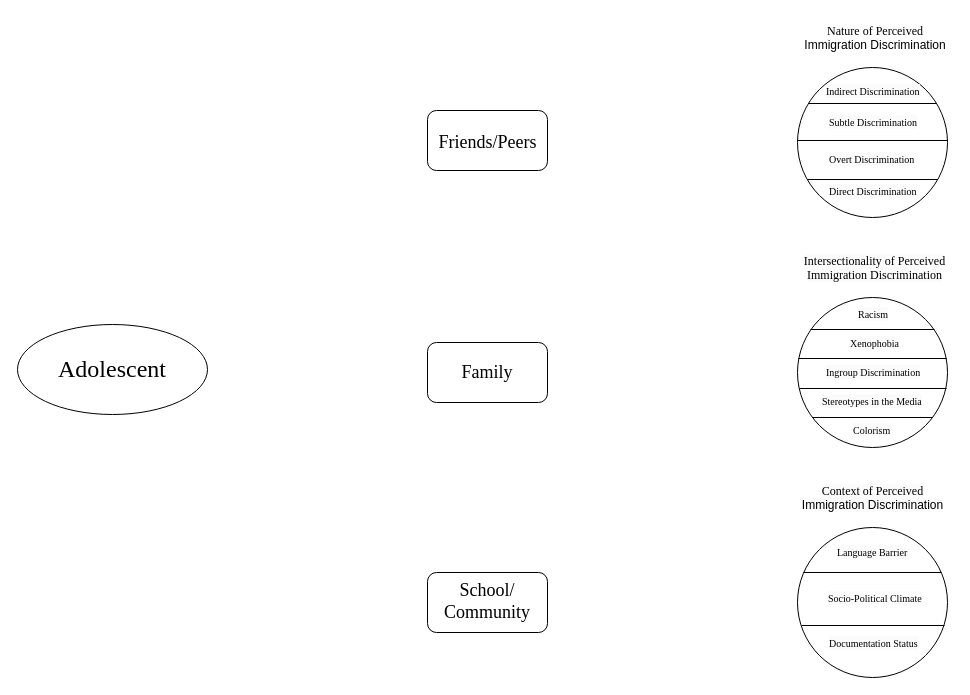
The draw.io diagram Venn Diagram.drawio in jnisac/hello-world, before the edit. Source tidied: cells renumbered, new cells numbered last; positions are measured from the earlier drawing's top-left corner, leaving out a move shared by most shapes. Both pictures are drawn from the tidied source at 100%, with x=0, y=0 at pixel (17, 17).
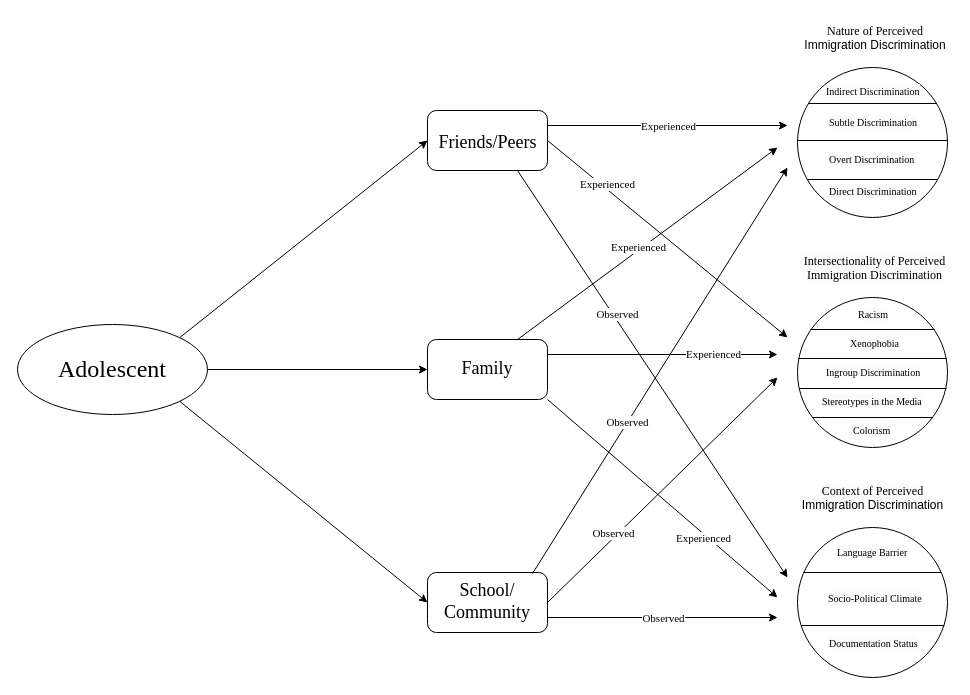
Above is the later version.

Unchanged cells that the change refers to:
```xml
<mxCell id="29" style="rounded=1;whiteSpace=wrap;html=1;" parent="1" vertex="1">
  <mxGeometry x="410" y="93" width="120" height="60" as="geometry" />
</mxCell>
<mxCell id="31" style="rounded=1;whiteSpace=wrap;html=1;" parent="1" vertex="1">
  <mxGeometry x="410" y="555" width="120" height="60" as="geometry" />
</mxCell>
<mxCell id="34" value="&lt;font style=&quot;font-size: 18px;&quot; face=&quot;Times New Roman&quot;&gt;&lt;span style=&quot;caret-color: rgb(109, 31, 0); text-wrap-mode: nowrap;&quot;&gt;School/&lt;/span&gt;&lt;/font&gt;&lt;div&gt;&lt;font style=&quot;font-size: 18px;&quot; face=&quot;Times New Roman&quot;&gt;&lt;span style=&quot;caret-color: rgb(109, 31, 0); text-wrap-mode: nowrap;&quot;&gt;Community&lt;/span&gt;&lt;/font&gt;&lt;/div&gt;" style="text;whiteSpace=wrap;html=1;align=center;" parent="1" vertex="1">
  <mxGeometry x="425" y="556" width="90" height="63.5" as="geometry" />
</mxCell>
<mxCell id="35" value="&lt;font style=&quot;font-size: 24px;&quot; face=&quot;Times New Roman&quot;&gt;Adolescent&lt;/font&gt;" style="ellipse;whiteSpace=wrap;html=1;align=center;newEdgeStyle={&quot;edgeStyle&quot;:&quot;entityRelationEdgeStyle&quot;,&quot;startArrow&quot;:&quot;none&quot;,&quot;endArrow&quot;:&quot;none&quot;,&quot;segment&quot;:10,&quot;curved&quot;:1,&quot;sourcePerimeterSpacing&quot;:0,&quot;targetPerimeterSpacing&quot;:0};" parent="1" vertex="1">
  <mxGeometry y="307" width="190" height="90" as="geometry" />
</mxCell>
```

The edit, as a diff of the source:
```diff
@@
     <mxCell id="30" style="rounded=1;whiteSpace=wrap;html=1;" parent="1" vertex="1">
-      <mxGeometry x="410" y="325" width="120" height="60" as="geometry" />
+      <mxGeometry x="410" y="322" width="120" height="60" as="geometry" />
     </mxCell>
@@
     <mxCell id="32" value="&lt;font style=&quot;font-size: 18px;&quot; face=&quot;Times New Roman&quot;&gt;&lt;span style=&quot;caret-color: rgb(109, 31, 0); text-wrap-mode: nowrap;&quot;&gt;Family&lt;/span&gt;&lt;/font&gt;" style="text;whiteSpace=wrap;html=1;align=center;rotation=0;" parent="1" vertex="1">
-      <mxGeometry x="425" y="338" width="90" height="29.5" as="geometry" />
+      <mxGeometry x="425" y="334" width="90" height="29.5" as="geometry" />
     </mxCell>
@@
+    <mxCell id="36" style="endArrow=classic;html=1;rounded=0;exitX=1;exitY=0;exitDx=0;exitDy=0;entryX=0;entryY=0.5;entryDx=0;entryDy=0;" parent="1" edge="1" source="35" target="29">
+      <mxGeometry relative="1" as="geometry" />
+    </mxCell>
+    <mxCell id="37" style="endArrow=classic;html=1;rounded=0;exitX=1;exitY=0.5;exitDx=0;exitDy=0;entryX=0;entryY=0.5;entryDx=0;entryDy=0;" parent="1" edge="1" source="35" target="30">
+      <mxGeometry relative="1" as="geometry" />
+    </mxCell>
+    <mxCell id="38" style="endArrow=classic;html=1;rounded=0;exitX=1;exitY=1;exitDx=0;exitDy=0;entryX=0;entryY=0.5;entryDx=0;entryDy=0;" parent="1" edge="1" source="35" target="31">
+      <mxGeometry relative="1" as="geometry" />
+    </mxCell>
+    <mxCell id="39" style="endArrow=classic;html=1;rounded=0;exitX=1;exitY=0.25;exitDx=0;exitDy=0;" parent="1" edge="1" source="29">
+      <mxGeometry relative="1" as="geometry">
+        <mxPoint x="770" y="108" as="targetPoint" />
+      </mxGeometry>
+    </mxCell>
+    <mxCell id="40" value="&lt;font face=&quot;Times New Roman&quot;&gt;Experienced&lt;/font&gt;" style="edgeLabel;html=1;align=center;verticalAlign=middle;" parent="39" vertex="1">
+      <mxGeometry relative="1" as="geometry" />
+    </mxCell>
+    <mxCell id="41" style="endArrow=classic;html=1;rounded=0;exitX=0.75;exitY=0;exitDx=0;exitDy=0;" parent="1" edge="1" source="30">
+      <mxGeometry relative="1" as="geometry">
+        <mxPoint x="760" y="130" as="targetPoint" />
+      </mxGeometry>
+    </mxCell>
+    <mxCell id="42" value="&lt;font face=&quot;Times New Roman&quot;&gt;Experienced&lt;/font&gt;" style="edgeLabel;html=1;align=center;verticalAlign=middle;" parent="41" vertex="1">
+      <mxGeometry relative="1" as="geometry">
+        <mxPoint x="-10" y="4" as="offset" />
+      </mxGeometry>
+    </mxCell>
+    <mxCell id="43" style="endArrow=classic;html=1;rounded=0;exitX=1;exitY=0;exitDx=0;exitDy=0;" parent="1" edge="1" source="34">
+      <mxGeometry relative="1" as="geometry">
+        <mxPoint x="770" y="150" as="targetPoint" />
+      </mxGeometry>
+    </mxCell>
+    <mxCell id="44" value="&lt;font face=&quot;Times New Roman&quot;&gt;Observed&lt;/font&gt;" style="edgeLabel;html=1;align=center;verticalAlign=middle;" parent="43" vertex="1">
+      <mxGeometry relative="1" as="geometry">
+        <mxPoint x="-33" y="52" as="offset" />
+      </mxGeometry>
+    </mxCell>
+    <mxCell id="45" style="endArrow=classic;html=1;rounded=0;exitX=1;exitY=0.5;exitDx=0;exitDy=0;" parent="1" edge="1" source="31">
+      <mxGeometry relative="1" as="geometry">
+        <mxPoint x="760" y="360" as="targetPoint" />
+      </mxGeometry>
+    </mxCell>
+    <mxCell id="46" value="&lt;font face=&quot;Times New Roman&quot;&gt;Observed&lt;/font&gt;" style="edgeLabel;html=1;align=center;verticalAlign=middle;" parent="45" vertex="1">
+      <mxGeometry relative="1" as="geometry">
+        <mxPoint x="-50" y="43" as="offset" />
+      </mxGeometry>
+    </mxCell>
+    <mxCell id="47" style="endArrow=classic;html=1;rounded=0;exitX=1;exitY=0.5;exitDx=0;exitDy=0;" parent="1" edge="1" source="29">
+      <mxGeometry relative="1" as="geometry">
+        <mxPoint x="770" y="320" as="targetPoint" />
+      </mxGeometry>
+    </mxCell>
+    <mxCell id="48" value="&lt;font face=&quot;Times New Roman&quot;&gt;Experienced&lt;/font&gt;" style="edgeLabel;html=1;align=center;verticalAlign=middle;" parent="47" vertex="1">
+      <mxGeometry relative="1" as="geometry">
+        <mxPoint x="-60" y="-55" as="offset" />
+      </mxGeometry>
+    </mxCell>
+    <mxCell id="49" style="endArrow=classic;html=1;rounded=0;exitX=1;exitY=0.25;exitDx=0;exitDy=0;" parent="1" edge="1" source="30">
+      <mxGeometry relative="1" as="geometry">
+        <mxPoint x="760" y="337" as="targetPoint" />
+      </mxGeometry>
+    </mxCell>
+    <mxCell id="50" value="&lt;font face=&quot;Times New Roman&quot;&gt;Experienced&lt;/font&gt;" style="edgeLabel;html=1;align=center;verticalAlign=middle;" parent="49" vertex="1">
+      <mxGeometry relative="1" as="geometry">
+        <mxPoint x="50" y="-1" as="offset" />
+      </mxGeometry>
+    </mxCell>
+    <mxCell id="51" style="endArrow=classic;html=1;rounded=0;exitX=0.75;exitY=1;exitDx=0;exitDy=0;" parent="1" edge="1" source="29">
+      <mxGeometry relative="1" as="geometry">
+        <mxPoint x="770" y="560" as="targetPoint" />
+      </mxGeometry>
+    </mxCell>
+    <mxCell id="52" value="&lt;font face=&quot;Times New Roman&quot;&gt;Observed&lt;/font&gt;" style="edgeLabel;html=1;align=center;verticalAlign=middle;" parent="51" vertex="1">
+      <mxGeometry relative="1" as="geometry">
+        <mxPoint x="-35" y="-60" as="offset" />
+      </mxGeometry>
+    </mxCell>
+    <mxCell id="53" style="endArrow=classic;html=1;rounded=0;exitX=1;exitY=1;exitDx=0;exitDy=0;" parent="1" edge="1" source="30">
+      <mxGeometry relative="1" as="geometry">
+        <mxPoint x="760" y="580" as="targetPoint" />
+      </mxGeometry>
+    </mxCell>
+    <mxCell id="54" value="&lt;font face=&quot;Times New Roman&quot;&gt;Experienced&lt;/font&gt;" style="edgeLabel;html=1;align=center;verticalAlign=middle;" parent="53" vertex="1">
+      <mxGeometry relative="1" as="geometry">
+        <mxPoint x="40" y="39" as="offset" />
+      </mxGeometry>
+    </mxCell>
+    <mxCell id="55" style="endArrow=classic;html=1;rounded=0;exitX=1;exitY=0.75;exitDx=0;exitDy=0;" parent="1" edge="1" source="31">
+      <mxGeometry relative="1" as="geometry">
+        <mxPoint x="760" y="600" as="targetPoint" />
+      </mxGeometry>
+    </mxCell>
+    <mxCell id="56" value="&lt;font face=&quot;Times New Roman&quot;&gt;Observed&lt;/font&gt;" style="edgeLabel;html=1;align=center;verticalAlign=middle;" parent="55" vertex="1">
+      <mxGeometry relative="1" as="geometry" />
+    </mxCell>
```
